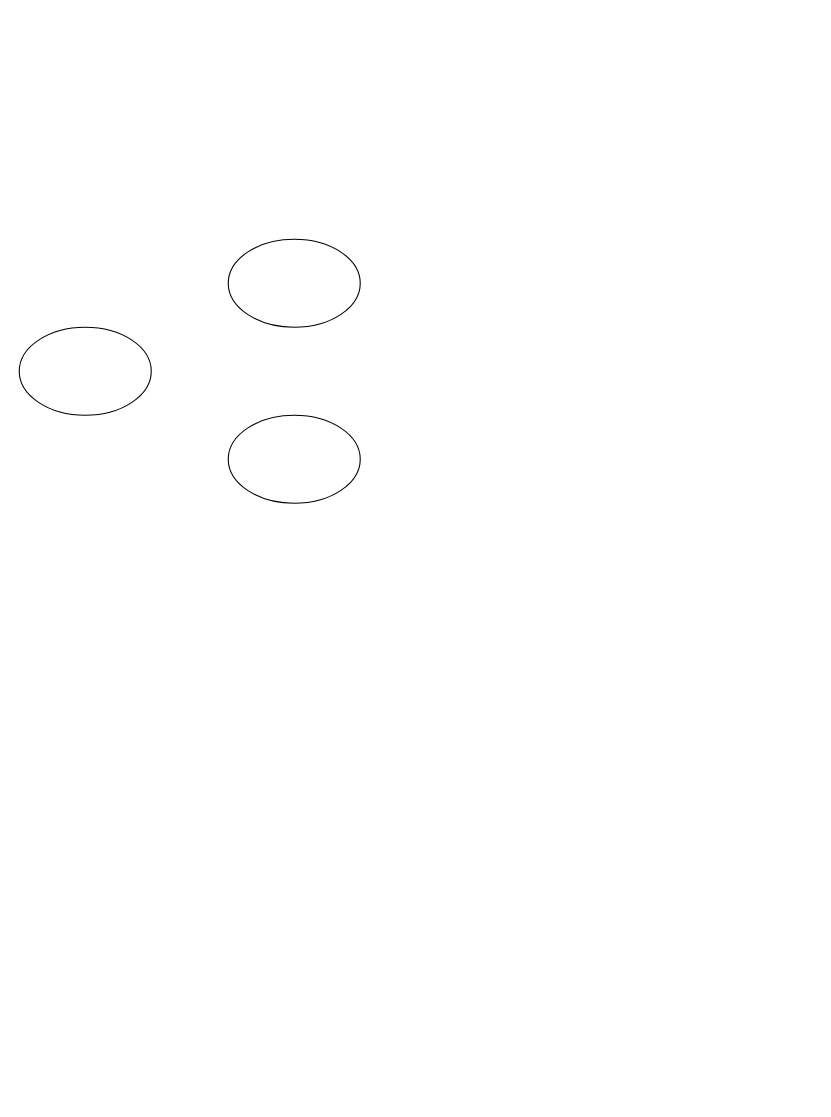
Earlier version of the draw.io diagram Untitled Diagram.drawio (ArtemYo8283/test). Source tidied: cells renumbered, new cells numbered last; positions are measured from the earlier drawing's top-left corner, leaving out a move shared by most shapes. Both pictures are drawn from the tidied source at 110%, with x=0, y=0 at pixel (19, 239).
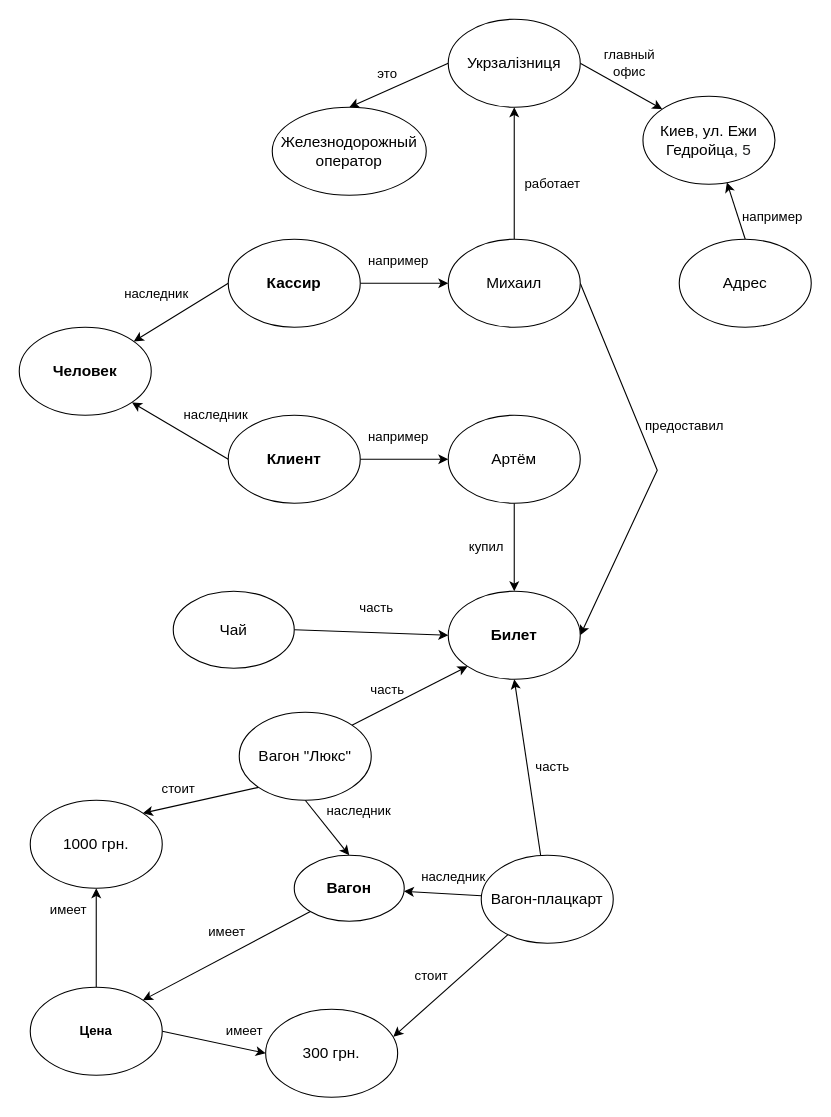
The same diagram, later.

Change to the diagram source:
```diff
@@
-    <mxCell id="2" style="ellipse;whiteSpace=wrap;html=1;" parent="1" vertex="1">
+    <mxCell id="2" value="&lt;b&gt;&lt;font style=&quot;font-size: 14px&quot;&gt;Человек&lt;/font&gt;&lt;/b&gt;" style="ellipse;whiteSpace=wrap;html=1;" parent="1" vertex="1">
       <mxGeometry y="80" width="120" height="80" as="geometry" />
     </mxCell>
+    <mxCell id="5" style="edgeStyle=orthogonalEdgeStyle;rounded=0;jettySize=auto;html=1;exitX=1;exitY=0.5;exitDx=0;exitDy=0;entryX=0;entryY=0.5;entryDx=0;entryDy=0;" parent="1" edge="1" source="3" target="13">
+      <mxGeometry relative="1" as="geometry" />
+    </mxCell>
+    <mxCell id="6" style="edgeStyle=none;rounded=0;jettySize=auto;html=1;exitX=0;exitY=0.5;exitDx=0;exitDy=0;" parent="1" edge="1" source="3" target="2">
+      <mxGeometry relative="1" as="geometry" />
+    </mxCell>
-    <mxCell id="3" style="ellipse;whiteSpace=wrap;html=1;" parent="1" vertex="1">
+    <mxCell id="3" value="&lt;b&gt;&lt;font style=&quot;font-size: 14px&quot;&gt;Кассир&lt;/font&gt;&lt;/b&gt;" style="ellipse;whiteSpace=wrap;html=1;" parent="1" vertex="1">
       <mxGeometry x="190" width="120" height="80" as="geometry" />
     </mxCell>
+    <mxCell id="7" style="edgeStyle=none;rounded=0;jettySize=auto;html=1;exitX=1;exitY=0.5;exitDx=0;exitDy=0;" parent="1" edge="1" source="4" target="10">
+      <mxGeometry relative="1" as="geometry" />
+    </mxCell>
+    <mxCell id="8" style="edgeStyle=none;rounded=0;jettySize=auto;html=1;exitX=0;exitY=0.5;exitDx=0;exitDy=0;entryX=1;entryY=1;entryDx=0;entryDy=0;" parent="1" edge="1" source="4" target="2">
+      <mxGeometry relative="1" as="geometry" />
+    </mxCell>
-    <mxCell id="4" style="ellipse;whiteSpace=wrap;html=1;" parent="1" vertex="1">
+    <mxCell id="4" value="&lt;b&gt;&lt;font style=&quot;font-size: 14px&quot;&gt;Клиент&lt;/font&gt;&lt;/b&gt;" style="ellipse;whiteSpace=wrap;html=1;" parent="1" vertex="1">
       <mxGeometry x="190" y="160" width="120" height="80" as="geometry" />
     </mxCell>
+    <mxCell id="9" style="edgeStyle=none;rounded=0;jettySize=auto;html=1;exitX=0.5;exitY=1;exitDx=0;exitDy=0;entryX=0.5;entryY=0;entryDx=0;entryDy=0;" parent="1" edge="1" source="10" target="14">
+      <mxGeometry relative="1" as="geometry" />
+    </mxCell>
+    <mxCell id="10" value="&lt;font style=&quot;font-size: 14px&quot;&gt;Артём&lt;/font&gt;" style="ellipse;whiteSpace=wrap;html=1;" parent="1" vertex="1">
+      <mxGeometry x="390" y="160" width="120" height="80" as="geometry" />
+    </mxCell>
+    <mxCell id="11" style="edgeStyle=none;rounded=0;jettySize=auto;html=1;exitX=0.5;exitY=0;exitDx=0;exitDy=0;" parent="1" edge="1" source="13" target="17">
+      <mxGeometry relative="1" as="geometry" />
+    </mxCell>
+    <mxCell id="12" style="edgeStyle=none;rounded=0;jettySize=auto;html=1;exitX=1;exitY=0.5;exitDx=0;exitDy=0;entryX=1;entryY=0.5;entryDx=0;entryDy=0;" parent="1" edge="1" source="13" target="14">
+      <mxGeometry relative="1" as="geometry">
+        <Array as="points">
+          <mxPoint x="580" y="210" />
+        </Array>
+      </mxGeometry>
+    </mxCell>
+    <mxCell id="13" value="&lt;font style=&quot;font-size: 14px&quot;&gt;Михаил&lt;/font&gt;" style="ellipse;whiteSpace=wrap;html=1;" parent="1" vertex="1">
+      <mxGeometry x="390" width="120" height="80" as="geometry" />
+    </mxCell>
+    <mxCell id="14" value="&lt;b&gt;&lt;font style=&quot;font-size: 14px&quot;&gt;Билет&lt;/font&gt;&lt;/b&gt;" style="ellipse;whiteSpace=wrap;html=1;" parent="1" vertex="1">
+      <mxGeometry x="390" y="320" width="120" height="80" as="geometry" />
+    </mxCell>
+    <mxCell id="15" style="edgeStyle=none;rounded=0;jettySize=auto;html=1;exitX=0;exitY=0.5;exitDx=0;exitDy=0;entryX=0.5;entryY=0;entryDx=0;entryDy=0;" parent="1" edge="1" source="17" target="35">
+      <mxGeometry relative="1" as="geometry" />
+    </mxCell>
+    <mxCell id="16" style="edgeStyle=none;rounded=0;jettySize=auto;html=1;exitX=1;exitY=0.5;exitDx=0;exitDy=0;entryX=0;entryY=0;entryDx=0;entryDy=0;" parent="1" edge="1" source="17" target="52">
+      <mxGeometry relative="1" as="geometry" />
+    </mxCell>
+    <mxCell id="17" value="&lt;font style=&quot;font-size: 14px&quot;&gt;Укрзалізниця&lt;/font&gt;" style="ellipse;whiteSpace=wrap;html=1;" parent="1" vertex="1">
+      <mxGeometry x="390" y="-200" width="120" height="80" as="geometry" />
+    </mxCell>
+    <mxCell id="18" style="edgeStyle=none;rounded=0;jettySize=auto;html=1;exitX=1;exitY=0.5;exitDx=0;exitDy=0;entryX=0;entryY=0.5;entryDx=0;entryDy=0;" parent="1" edge="1" source="20" target="22">
+      <mxGeometry relative="1" as="geometry" />
+    </mxCell>
+    <mxCell id="19" style="edgeStyle=none;rounded=0;jettySize=auto;html=1;exitX=0.5;exitY=0;exitDx=0;exitDy=0;" parent="1" edge="1" source="20" target="21">
+      <mxGeometry relative="1" as="geometry" />
+    </mxCell>
+    <mxCell id="20" value="&lt;b&gt;Цена&lt;/b&gt;" style="ellipse;whiteSpace=wrap;html=1;" parent="1" vertex="1">
+      <mxGeometry x="10" y="680" width="120" height="80" as="geometry" />
+    </mxCell>
+    <mxCell id="21" value="&lt;font style=&quot;font-size: 14px&quot;&gt;1000 грн.&lt;/font&gt;" style="ellipse;whiteSpace=wrap;html=1;" parent="1" vertex="1">
+      <mxGeometry x="10" y="510" width="120" height="80" as="geometry" />
+    </mxCell>
+    <mxCell id="22" value="&lt;font style=&quot;font-size: 14px&quot;&gt;300 грн.&lt;/font&gt;" style="ellipse;whiteSpace=wrap;html=1;" parent="1" vertex="1">
+      <mxGeometry x="224" y="700" width="120" height="80" as="geometry" />
+    </mxCell>
+    <mxCell id="23" style="edgeStyle=none;rounded=0;jettySize=auto;html=1;exitX=0;exitY=1;exitDx=0;exitDy=0;entryX=1;entryY=0;entryDx=0;entryDy=0;" parent="1" edge="1" source="26" target="21">
+      <mxGeometry relative="1" as="geometry" />
+    </mxCell>
+    <mxCell id="24" style="edgeStyle=none;rounded=0;jettySize=auto;html=1;exitX=0.5;exitY=1;exitDx=0;exitDy=0;entryX=0.5;entryY=0;entryDx=0;entryDy=0;" parent="1" edge="1" source="26" target="32">
+      <mxGeometry relative="1" as="geometry" />
+    </mxCell>
+    <mxCell id="25" style="edgeStyle=none;rounded=0;jettySize=auto;html=1;exitX=1;exitY=0;exitDx=0;exitDy=0;entryX=0;entryY=1;entryDx=0;entryDy=0;" parent="1" edge="1" source="26" target="14">
+      <mxGeometry relative="1" as="geometry" />
+    </mxCell>
+    <mxCell id="26" value="&lt;font style=&quot;font-size: 14px&quot;&gt;Вагон &quot;Люкс&quot;&lt;/font&gt;" style="ellipse;whiteSpace=wrap;html=1;" parent="1" vertex="1">
+      <mxGeometry x="200" y="430" width="120" height="80" as="geometry" />
+    </mxCell>
+    <mxCell id="27" style="edgeStyle=none;rounded=0;jettySize=auto;html=1;entryX=0.967;entryY=0.313;entryDx=0;entryDy=0;entryPerimeter=0;" parent="1" edge="1" source="30" target="22">
+      <mxGeometry relative="1" as="geometry" />
+    </mxCell>
+    <mxCell id="28" style="edgeStyle=none;rounded=0;jettySize=auto;html=1;" parent="1" edge="1" source="30" target="32">
+      <mxGeometry relative="1" as="geometry" />
+    </mxCell>
+    <mxCell id="29" style="edgeStyle=none;rounded=0;jettySize=auto;html=1;entryX=0.5;entryY=1;entryDx=0;entryDy=0;" parent="1" edge="1" source="30" target="14">
+      <mxGeometry relative="1" as="geometry" />
+    </mxCell>
+    <mxCell id="30" value="&lt;font style=&quot;font-size: 14px&quot;&gt;Вагон-плацкарт&lt;/font&gt;" style="ellipse;whiteSpace=wrap;html=1;" parent="1" vertex="1">
+      <mxGeometry x="420" y="560" width="120" height="80" as="geometry" />
+    </mxCell>
+    <mxCell id="31" style="edgeStyle=none;rounded=0;jettySize=auto;html=1;exitX=0;exitY=1;exitDx=0;exitDy=0;entryX=1;entryY=0;entryDx=0;entryDy=0;" parent="1" edge="1" source="32" target="20">
+      <mxGeometry relative="1" as="geometry" />
+    </mxCell>
+    <mxCell id="32" value="&lt;b&gt;&lt;font style=&quot;font-size: 14px&quot;&gt;Вагон&lt;/font&gt;&lt;/b&gt;" style="ellipse;whiteSpace=wrap;html=1;" parent="1" vertex="1">
+      <mxGeometry x="250" y="560" width="100" height="60" as="geometry" />
+    </mxCell>
+    <mxCell id="33" style="edgeStyle=none;rounded=0;jettySize=auto;html=1;exitX=1;exitY=0.5;exitDx=0;exitDy=0;entryX=0;entryY=0.5;entryDx=0;entryDy=0;" parent="1" edge="1" source="34" target="14">
+      <mxGeometry relative="1" as="geometry" />
+    </mxCell>
+    <mxCell id="34" value="&lt;font style=&quot;font-size: 14px&quot;&gt;Чай&lt;/font&gt;" style="ellipse;whiteSpace=wrap;html=1;" parent="1" vertex="1">
+      <mxGeometry x="140" y="320" width="110" height="70" as="geometry" />
+    </mxCell>
+    <mxCell id="35" value="&lt;span style=&quot;color: black ; font-size: 14px ; text-align: left ; background-color: rgb(255 , 255 , 255)&quot;&gt;Железнодорожный оператор&lt;/span&gt;" style="ellipse;whiteSpace=wrap;html=1;" parent="1" vertex="1">
+      <mxGeometry x="230" y="-120" width="140" height="80" as="geometry" />
+    </mxCell>
+    <mxCell id="36" value="наследник" style="text;html=1;strokeColor=none;fillColor=none;align=center;verticalAlign=middle;whiteSpace=wrap;rounded=0;" parent="1" vertex="1">
+      <mxGeometry x="360" y="570" width="70" height="20" as="geometry" />
+    </mxCell>
+    <mxCell id="37" value="наследник" style="text;html=1;strokeColor=none;fillColor=none;align=center;verticalAlign=middle;whiteSpace=wrap;rounded=0;" parent="1" vertex="1">
+      <mxGeometry x="90" y="40" width="70" height="20" as="geometry" />
+    </mxCell>
+    <mxCell id="38" value="наследник" style="text;html=1;strokeColor=none;fillColor=none;align=center;verticalAlign=middle;whiteSpace=wrap;rounded=0;" parent="1" vertex="1">
+      <mxGeometry x="144" y="150" width="70" height="20" as="geometry" />
+    </mxCell>
+    <mxCell id="39" value="наследник" style="text;html=1;strokeColor=none;fillColor=none;align=center;verticalAlign=middle;whiteSpace=wrap;rounded=0;" parent="1" vertex="1">
+      <mxGeometry x="274" y="510" width="70" height="20" as="geometry" />
+    </mxCell>
+    <mxCell id="40" value="стоит" style="text;html=1;strokeColor=none;fillColor=none;align=center;verticalAlign=middle;whiteSpace=wrap;rounded=0;" parent="1" vertex="1">
+      <mxGeometry x="340" y="660" width="70" height="20" as="geometry" />
+    </mxCell>
+    <mxCell id="41" value="стоит" style="text;html=1;strokeColor=none;fillColor=none;align=center;verticalAlign=middle;whiteSpace=wrap;rounded=0;" parent="1" vertex="1">
+      <mxGeometry x="110" y="490" width="70" height="20" as="geometry" />
+    </mxCell>
+    <mxCell id="42" value="имеет" style="text;html=1;strokeColor=none;fillColor=none;align=center;verticalAlign=middle;whiteSpace=wrap;rounded=0;" parent="1" vertex="1">
+      <mxGeometry x="154" y="620" width="70" height="20" as="geometry" />
+    </mxCell>
+    <mxCell id="43" value="имеет" style="text;html=1;strokeColor=none;fillColor=none;align=center;verticalAlign=middle;whiteSpace=wrap;rounded=0;" parent="1" vertex="1">
+      <mxGeometry x="170" y="710" width="70" height="20" as="geometry" />
+    </mxCell>
+    <mxCell id="44" value="имеет" style="text;html=1;strokeColor=none;fillColor=none;align=center;verticalAlign=middle;whiteSpace=wrap;rounded=0;" parent="1" vertex="1">
+      <mxGeometry x="10" y="600" width="70" height="20" as="geometry" />
+    </mxCell>
+    <mxCell id="45" value="это" style="text;html=1;strokeColor=none;fillColor=none;align=center;verticalAlign=middle;whiteSpace=wrap;rounded=0;" parent="1" vertex="1">
+      <mxGeometry x="300" y="-160" width="70" height="20" as="geometry" />
+    </mxCell>
+    <mxCell id="46" value="работает" style="text;html=1;strokeColor=none;fillColor=none;align=center;verticalAlign=middle;whiteSpace=wrap;rounded=0;" parent="1" vertex="1">
+      <mxGeometry x="450" y="-60" width="70" height="20" as="geometry" />
+    </mxCell>
+    <mxCell id="47" value="например" style="text;html=1;strokeColor=none;fillColor=none;align=center;verticalAlign=middle;whiteSpace=wrap;rounded=0;" parent="1" vertex="1">
+      <mxGeometry x="310" y="10" width="70" height="20" as="geometry" />
+    </mxCell>
+    <mxCell id="48" value="например" style="text;html=1;strokeColor=none;fillColor=none;align=center;verticalAlign=middle;whiteSpace=wrap;rounded=0;" parent="1" vertex="1">
+      <mxGeometry x="310" y="170" width="70" height="20" as="geometry" />
+    </mxCell>
+    <mxCell id="49" value="купил" style="text;html=1;strokeColor=none;fillColor=none;align=center;verticalAlign=middle;whiteSpace=wrap;rounded=0;" parent="1" vertex="1">
+      <mxGeometry x="390" y="270" width="70" height="20" as="geometry" />
+    </mxCell>
+    <mxCell id="50" value="часть" style="text;html=1;strokeColor=none;fillColor=none;align=center;verticalAlign=middle;whiteSpace=wrap;rounded=0;" parent="1" vertex="1">
+      <mxGeometry x="300" y="400" width="70" height="20" as="geometry" />
+    </mxCell>
+    <mxCell id="51" value="часть" style="text;html=1;strokeColor=none;fillColor=none;align=center;verticalAlign=middle;whiteSpace=wrap;rounded=0;" parent="1" vertex="1">
+      <mxGeometry x="450" y="470" width="70" height="20" as="geometry" />
+    </mxCell>
+    <mxCell id="52" value="&lt;font style=&quot;font-size: 14px&quot;&gt;Киев&lt;span style=&quot;color: rgb(32 , 33 , 34) ; font-family: sans-serif ; text-align: left&quot;&gt;,&amp;nbsp;&lt;/span&gt;ул. Ежи Гедройца&lt;span style=&quot;color: rgb(32 , 33 , 34) ; font-family: sans-serif ; text-align: left&quot;&gt;, 5&lt;/span&gt;&lt;/font&gt;" style="ellipse;whiteSpace=wrap;html=1;" parent="1" vertex="1">
+      <mxGeometry x="567" y="-130" width="120" height="80" as="geometry" />
+    </mxCell>
+    <mxCell id="53" value="главный офис" style="text;html=1;strokeColor=none;fillColor=none;align=center;verticalAlign=middle;whiteSpace=wrap;rounded=0;" parent="1" vertex="1">
+      <mxGeometry x="520" y="-170" width="70" height="20" as="geometry" />
+    </mxCell>
+    <mxCell id="54" value="предоставил" style="text;html=1;strokeColor=none;fillColor=none;align=center;verticalAlign=middle;whiteSpace=wrap;rounded=0;" parent="1" vertex="1">
+      <mxGeometry x="570" y="160" width="70" height="20" as="geometry" />
+    </mxCell>
+    <mxCell id="55" style="edgeStyle=none;rounded=0;jettySize=auto;html=1;exitX=0.5;exitY=0;exitDx=0;exitDy=0;entryX=0.636;entryY=0.979;entryDx=0;entryDy=0;entryPerimeter=0;" parent="1" edge="1" source="56" target="52">
+      <mxGeometry relative="1" as="geometry" />
+    </mxCell>
+    <mxCell id="56" value="&lt;font style=&quot;font-size: 14px&quot;&gt;Адрес&lt;/font&gt;" style="ellipse;whiteSpace=wrap;html=1;" parent="1" vertex="1">
+      <mxGeometry x="600" width="120" height="80" as="geometry" />
+    </mxCell>
+    <mxCell id="57" value="например" style="text;html=1;strokeColor=none;fillColor=none;align=center;verticalAlign=middle;whiteSpace=wrap;rounded=0;" parent="1" vertex="1">
+      <mxGeometry x="650" y="-30" width="70" height="20" as="geometry" />
+    </mxCell>
+    <mxCell id="58" value="часть" style="text;html=1;strokeColor=none;fillColor=none;align=center;verticalAlign=middle;whiteSpace=wrap;rounded=0;" parent="1" vertex="1">
+      <mxGeometry x="290" y="325" width="70" height="20" as="geometry" />
+    </mxCell>
```
